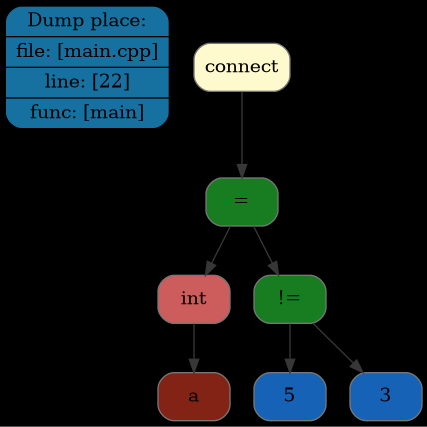
Maksim-Sebelev/Language keeps this Graphviz diagram as FrontEnd/dot/tree/img/tree1.png. Above is the earlier version. Its source is kept beside it as FrontEnd/dot/tree/dot/tree1.dot.
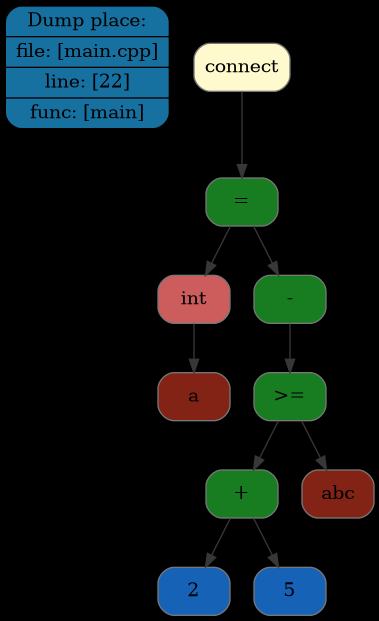
The same file after the commit.

What changed in the source:
```diff
@@ -2,18 +2,24 @@
 rankdir=TB
 graph [bgcolor="#000000"];
 place[shape=Mrecord, style=filled, fillcolor="#1771a0", pos="0,1!",label = " { Dump place: | file: [main.cpp] | line: [22] | func: [main] } "color = "#000000"];
-node0x506000000260[shape=Mrecord, style=filled, fillcolor="#FFFACD"label = "\connect", color = "#777777"];
-node0x506000000200[shape=Mrecord, style=filled, fillcolor="#177d20"label = "\=", color = "#777777"];
-node0x506000000020[shape=Mrecord, style=filled, fillcolor="#CD5C5C"label = "\int", color = "#777777"];
-node0x506000000080[shape=Mrecord, style=filled, fillcolor="#832316"label = "a", color = "#777777"];
-node0x5060000001a0[shape=Mrecord, style=filled, fillcolor="#177d20"label = "\!=", color = "#777777"];
-node0x5060000000e0[shape=Mrecord, style=filled, fillcolor="#1662b7"label = "5", color = "#777777"];
-node0x506000000140[shape=Mrecord, style=filled, fillcolor="#1662b7"label = "3", color = "#777777"];
+node0x507000000480[shape=Mrecord, style=filled, fillcolor="#FFFACD"label = "\connect", color = "#777777"];
+node0x507000000410[shape=Mrecord, style=filled, fillcolor="#177d20"label = "\=", color = "#777777"];
+node0x507000000090[shape=Mrecord, style=filled, fillcolor="#CD5C5C"label = "\int", color = "#777777"];
+node0x507000000100[shape=Mrecord, style=filled, fillcolor="#832316"label = "a", color = "#777777"];
+node0x5070000003a0[shape=Mrecord, style=filled, fillcolor="#177d20"label = "\-", color = "#777777"];
+node0x507000000330[shape=Mrecord, style=filled, fillcolor="#177d20"label = "\>=", color = "#777777"];
+node0x507000000250[shape=Mrecord, style=filled, fillcolor="#177d20"label = "\+", color = "#777777"];
+node0x507000000170[shape=Mrecord, style=filled, fillcolor="#1662b7"label = "2", color = "#777777"];
+node0x5070000001e0[shape=Mrecord, style=filled, fillcolor="#1662b7"label = "5", color = "#777777"];
+node0x5070000002c0[shape=Mrecord, style=filled, fillcolor="#832316"label = "abc", color = "#777777"];
 edge[color="#373737"];
-node0x506000000260->node0x506000000200;
-node0x506000000200->node0x506000000020;
-node0x506000000020->node0x506000000080;
-node0x506000000200->node0x5060000001a0;
-node0x5060000001a0->node0x5060000000e0;
-node0x5060000001a0->node0x506000000140;
+node0x507000000480->node0x507000000410;
+node0x507000000410->node0x507000000090;
+node0x507000000090->node0x507000000100;
+node0x507000000410->node0x5070000003a0;
+node0x5070000003a0->node0x507000000330;
+node0x507000000330->node0x507000000250;
+node0x507000000250->node0x507000000170;
+node0x507000000250->node0x5070000001e0;
+node0x507000000330->node0x5070000002c0;
 }
```
